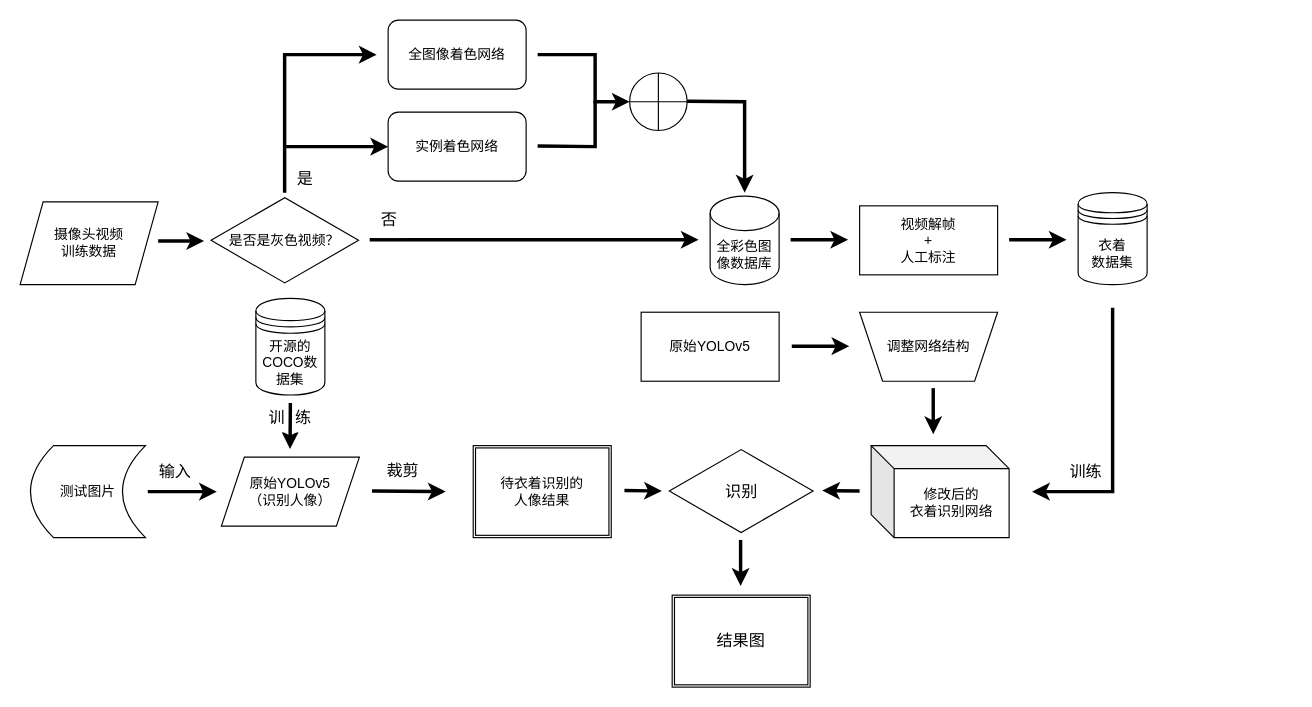
Above: Untitled Diagram.drawio in Zhiying-Li-dot/Capsules (draw.io), before the change. Source tidied: cells renumbered, new cells numbered last; positions are measured from the earlier drawing's top-left corner, leaving out a move shared by most shapes. Both pictures are drawn from the tidied source at 115%, with x=0, y=0 at pixel (20, 20).
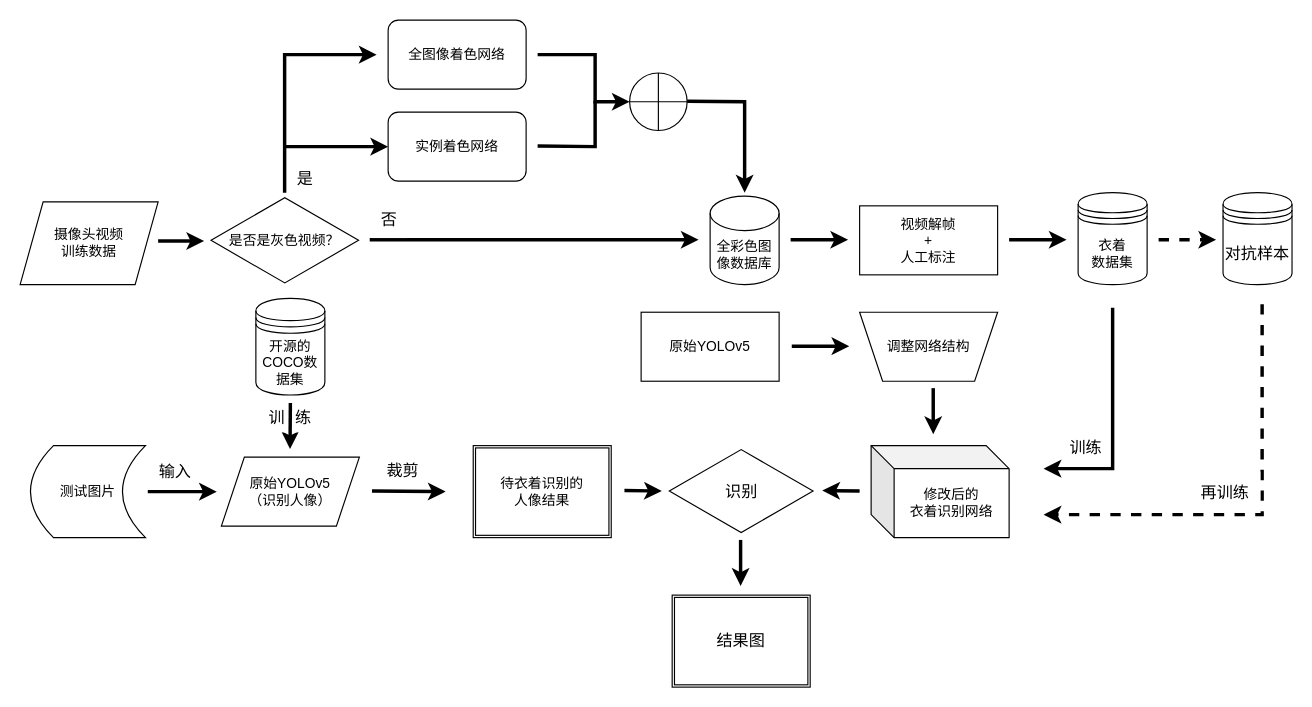
Above is the later version.

What changed in the source:
```diff
@@
     <mxCell id="18" style="endArrow=classic;html=1;rounded=0;strokeWidth=3;" parent="1" edge="1">
       <mxGeometry relative="1" as="geometry">
         <mxPoint x="950" y="250" as="sourcePoint" />
-        <mxPoint x="880" y="410" as="targetPoint" />
+        <mxPoint x="890" y="390" as="targetPoint" />
         <Array as="points">
-          <mxPoint x="950" y="410" />
+          <mxPoint x="950" y="390" />
         </Array>
       </mxGeometry>
     </mxCell>
@@
     <mxCell id="33" value="&lt;font style=&quot;font-size: 14px&quot;&gt;训练&lt;/font&gt;" style="rounded=0;whiteSpace=wrap;html=1;strokeColor=#FFFFFF;" parent="1" vertex="1">
-      <mxGeometry x="907" y="378" width="40" height="30" as="geometry" />
+      <mxGeometry x="907" y="357" width="40" height="30" as="geometry" />
     </mxCell>
@@
+    <mxCell id="44" value="对抗样本" style="shape=datastore;whiteSpace=wrap;html=1;fontSize=14;strokeColor=#000000;" parent="1" vertex="1">
+      <mxGeometry x="1046" y="150" width="60" height="80" as="geometry" />
+    </mxCell>
+    <mxCell id="45" style="endArrow=classic;html=1;rounded=0;strokeWidth=3;dashed=1;" parent="1" edge="1">
+      <mxGeometry relative="1" as="geometry">
+        <mxPoint x="990" y="191" as="sourcePoint" />
+        <mxPoint x="1040" y="191" as="targetPoint" />
+      </mxGeometry>
+    </mxCell>
+    <mxCell id="46" style="endArrow=classic;html=1;rounded=0;strokeWidth=3;dashed=1;" parent="1" edge="1">
+      <mxGeometry relative="1" as="geometry">
+        <mxPoint x="1080" y="247" as="sourcePoint" />
+        <mxPoint x="890" y="430" as="targetPoint" />
+        <Array as="points">
+          <mxPoint x="1080" y="430" />
+        </Array>
+      </mxGeometry>
+    </mxCell>
+    <mxCell id="47" value="&lt;font style=&quot;font-size: 14px&quot;&gt;再训练&lt;/font&gt;" style="rounded=0;whiteSpace=wrap;html=1;strokeColor=#FFFFFF;" parent="1" vertex="1">
+      <mxGeometry x="1018" y="393" width="60" height="35" as="geometry" />
+    </mxCell>
```
